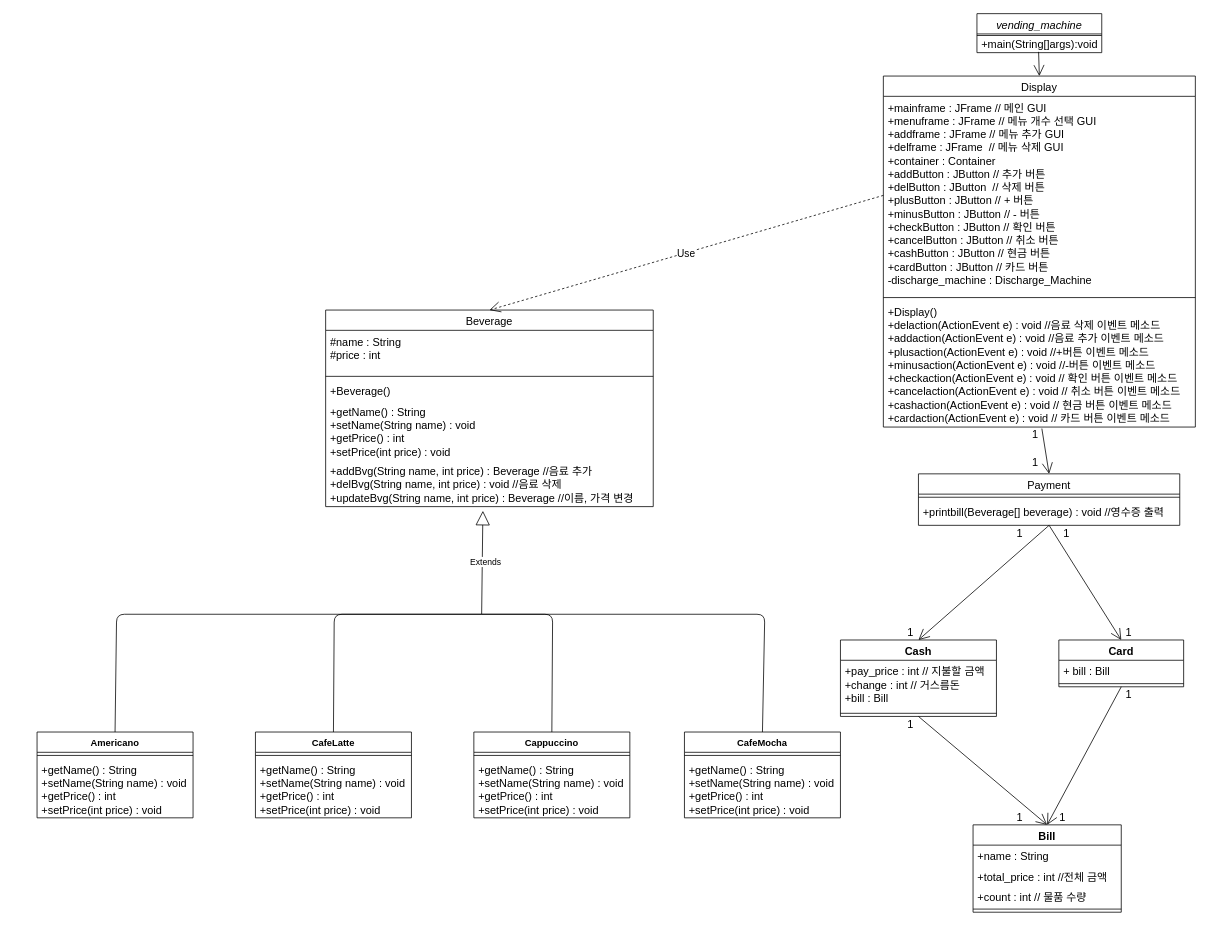
Earlier version of the draw.io diagram Untitled Diagram.drawio (ans2568/Messenger). Source tidied: cells renumbered, new cells numbered last; positions are measured from the earlier drawing's top-left corner, leaving out a move shared by most shapes. Both pictures are drawn from the tidied source at 78%, with x=0, y=0 at pixel (37, 13).
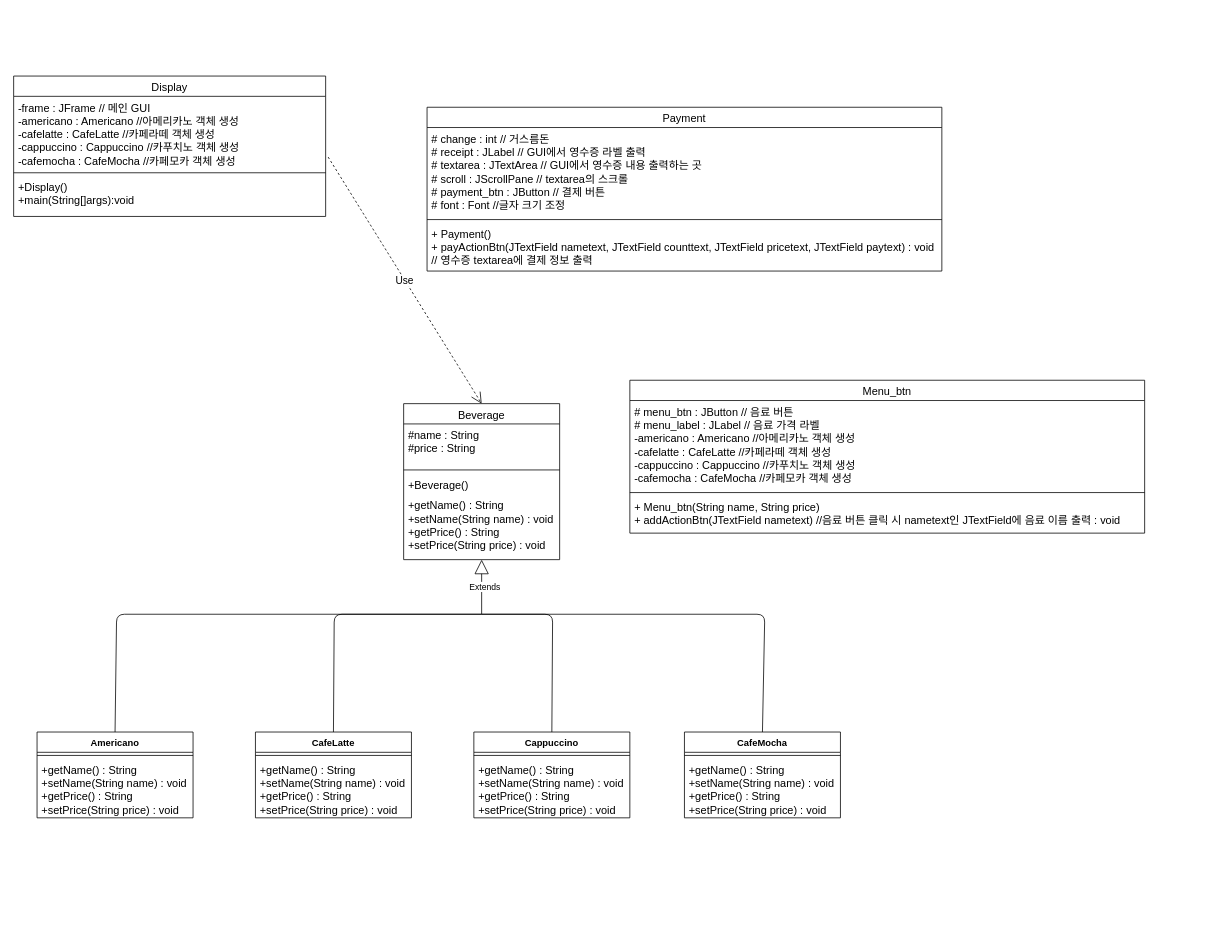
The same page after the edit.

Unchanged cells that the change refers to:
```xml
<mxCell id="45" value="Cappuccino" style="swimlane;fontStyle=1;align=center;verticalAlign=top;horizontal=1;startSize=26;" parent="1" vertex="1">
  <mxGeometry x="560" y="921" width="200" height="110" as="geometry" />
</mxCell>
<mxCell id="48" value="CafeMocha" style="swimlane;fontStyle=1;align=center;verticalAlign=top;horizontal=1;startSize=26;" parent="1" vertex="1">
  <mxGeometry x="830" y="921" width="200" height="110" as="geometry" />
</mxCell>
<mxCell id="51" value="CafeLatte" style="swimlane;fontStyle=1;align=center;verticalAlign=top;horizontal=1;startSize=26;" parent="1" vertex="1">
  <mxGeometry x="280" y="921" width="200" height="110" as="geometry" />
</mxCell>
<mxCell id="54" value="Americano" style="swimlane;fontStyle=1;align=center;verticalAlign=top;horizontal=1;startSize=26;" parent="1" vertex="1">
  <mxGeometry y="921" width="200" height="110" as="geometry" />
</mxCell>
```

Change to the diagram source:
```diff
@@
-    <mxCell id="2" value="vending_machine" style="swimlane;fontStyle=2;align=center;verticalAlign=top;horizontal=1;startSize=26;rounded=0;shadow=0;strokeWidth=1;fontSize=14;" parent="1" vertex="1">
-      <mxGeometry x="1205" width="160" height="50" as="geometry" />
-    </mxCell>
-    <mxCell id="3" style="line;html=1;strokeWidth=1;align=left;verticalAlign=middle;spacingTop=-1;spacingLeft=3;spacingRight=3;labelPosition=right;fontSize=14;" parent="2" vertex="1">
-      <mxGeometry y="26" width="160" height="4" as="geometry" />
-    </mxCell>
-    <mxCell id="4" value="+main(String[]args):void" style="text;html=1;align=center;verticalAlign=middle;points=[];fontSize=14;" parent="2" vertex="1">
-      <mxGeometry y="30" width="160" height="20" as="geometry" />
-    </mxCell>
     <mxCell id="5" value="Beverage" style="swimlane;fontStyle=0;align=center;verticalAlign=top;horizontal=1;startSize=26;rounded=0;shadow=0;strokeWidth=1;fontSize=14;" parent="1" vertex="1">
-      <mxGeometry x="370" y="380" width="420" height="252" as="geometry" />
+      <mxGeometry x="470" y="500" width="200" height="200" as="geometry" />
     </mxCell>
-    <mxCell id="6" value="#name : String&#10;#price : int&#10;" style="text;align=left;verticalAlign=top;spacingLeft=4;spacingRight=4;overflow=hidden;fontSize=14;" parent="5" vertex="1">
-      <mxGeometry y="26" width="420" height="54" as="geometry" />
+    <mxCell id="6" value="#name : String&#10;#price : String&#10;" style="text;align=left;verticalAlign=top;spacingLeft=4;spacingRight=4;overflow=hidden;fontSize=14;" parent="5" vertex="1">
+      <mxGeometry y="26" width="200" height="54" as="geometry" />
     </mxCell>
     <mxCell id="7" style="line;html=1;strokeWidth=1;align=left;verticalAlign=middle;spacingTop=-1;spacingLeft=3;spacingRight=3;labelPosition=right;fontSize=14;" parent="5" vertex="1">
-      <mxGeometry y="80" width="420" height="10" as="geometry" />
+      <mxGeometry y="80" width="200" height="10" as="geometry" />
     </mxCell>
     <mxCell id="8" value="+Beverage()" style="text;align=left;verticalAlign=top;spacingLeft=4;spacingRight=4;overflow=hidden;fontSize=14;" parent="5" vertex="1">
-      <mxGeometry y="90" width="420" height="26" as="geometry" />
+      <mxGeometry y="90" width="200" height="26" as="geometry" />
     </mxCell>
-    <mxCell id="9" value="+getName() : String&#10;+setName(String name) : void&#10;+getPrice() : int&#10;+setPrice(int price) : void" style="text;align=left;verticalAlign=top;spacingLeft=4;spacingRight=4;overflow=hidden;fontSize=14;" parent="5" vertex="1">
-      <mxGeometry y="116" width="420" height="76" as="geometry" />
+    <mxCell id="9" value="+getName() : String&#10;+setName(String name) : void&#10;+getPrice() : String&#10;+setPrice(String price) : void" style="text;align=left;verticalAlign=top;spacingLeft=4;spacingRight=4;overflow=hidden;fontSize=14;" parent="5" vertex="1">
+      <mxGeometry y="116" width="200" height="76" as="geometry" />
     </mxCell>
-    <mxCell id="10" value="+addBvg(String name, int price) : Beverage //음료 추가&#10;+delBvg(String name, int price) : void //음료 삭제&#10;+updateBvg(String name, int price) : Beverage //이름, 가격 변경" style="text;align=left;verticalAlign=top;spacingLeft=4;spacingRight=4;overflow=hidden;points=[[0,0.5],[1,0.5]];portConstraint=eastwest;fontSize=14;" parent="5" vertex="1">
-      <mxGeometry y="192" width="420" height="60" as="geometry" />
-    </mxCell>
     <mxCell id="11" value="Display" style="swimlane;fontStyle=0;align=center;verticalAlign=top;horizontal=1;startSize=26;rounded=0;shadow=0;strokeWidth=1;fontSize=14;" parent="1" vertex="1">
-      <mxGeometry x="1085" y="80" width="400" height="450" as="geometry" />
+      <mxGeometry x="-30" y="80" width="400" height="180" as="geometry" />
     </mxCell>
-    <mxCell id="12" value="+mainframe : JFrame // 메인 GUI&#10;+menuframe : JFrame // 메뉴 개수 선택 GUI&#10;+addframe : JFrame // 메뉴 추가 GUI&#10;+delframe : JFrame  // 메뉴 삭제 GUI&#10;+container : Container&#10;+addButton : JButton // 추가 버튼&#10;+delButton : JButton  // 삭제 버튼&#10;+plusButton : JButton // + 버튼&#10;+minusButton : JButton // - 버튼&#10;+checkButton : JButton // 확인 버튼&#10;+cancelButton : JButton // 취소 버튼&#10;+cashButton : JButton // 현금 버튼&#10;+cardButton : JButton // 카드 버튼&#10;-discharge_machine : Discharge_Machine" style="text;align=left;verticalAlign=top;spacingLeft=4;spacingRight=4;overflow=hidden;points=[[0,0.5],[1,0.5]];portConstraint=eastwest;fontSize=14;" parent="11" vertex="1">
-      <mxGeometry y="26" width="400" height="254" as="geometry" />
+    <mxCell id="12" value="-frame : JFrame // 메인 GUI&#10;-americano : Americano //아메리카노 객체 생성&#10;-cafelatte : CafeLatte //카페라떼 객체 생성&#10;-cappuccino : Cappuccino //카푸치노 객체 생성&#10;-cafemocha : CafeMocha //카페모카 객체 생성" style="text;align=left;verticalAlign=top;spacingLeft=4;spacingRight=4;overflow=hidden;points=[[0,0.5],[1,0.5]];portConstraint=eastwest;fontSize=14;" parent="11" vertex="1">
+      <mxGeometry y="26" width="400" height="94" as="geometry" />
     </mxCell>
     <mxCell id="13" style="line;html=1;strokeWidth=1;align=left;verticalAlign=middle;spacingTop=-1;spacingLeft=3;spacingRight=3;labelPosition=right;fontSize=14;" parent="11" vertex="1">
-      <mxGeometry y="280" width="400" height="8" as="geometry" />
+      <mxGeometry y="120" width="400" height="8" as="geometry" />
     </mxCell>
-    <mxCell id="14" value="+Display()&#10;+delaction(ActionEvent e) : void //음료 삭제 이벤트 메소드&#10;+addaction(ActionEvent e) : void //음료 추가 이벤트 메소드&#10;+plusaction(ActionEvent e) : void //+버튼 이벤트 메소드&#10;+minusaction(ActionEvent e) : void //-버튼 이벤트 메소드&#10;+checkaction(ActionEvent e) : void // 확인 버튼 이벤트 메소드&#10;+cancelaction(ActionEvent e) : void // 취소 버튼 이벤트 메소드&#10;+cashaction(ActionEvent e) : void // 현금 버튼 이벤트 메소드&#10;+cardaction(ActionEvent e) : void // 카드 버튼 이벤트 메소드" style="text;strokeColor=none;fillColor=none;align=left;verticalAlign=top;spacingLeft=4;spacingRight=4;overflow=hidden;points=[[0,0.5],[1,0.5]];portConstraint=eastwest;fontSize=14;" parent="11" vertex="1">
-      <mxGeometry y="288" width="400" height="162" as="geometry" />
+    <mxCell id="14" value="+Display()&#10;+main(String[]args):void" style="text;strokeColor=none;fillColor=none;align=left;verticalAlign=top;spacingLeft=4;spacingRight=4;overflow=hidden;points=[[0,0.5],[1,0.5]];portConstraint=eastwest;fontSize=14;" parent="11" vertex="1">
+      <mxGeometry y="128" width="400" height="52" as="geometry" />
     </mxCell>
     <mxCell id="15" value="Payment" style="swimlane;fontStyle=0;align=center;verticalAlign=top;horizontal=1;startSize=26;rounded=0;shadow=0;strokeWidth=1;fontSize=14;" parent="1" vertex="1">
-      <mxGeometry x="1130" y="590" width="335" height="66" as="geometry" />
+      <mxGeometry x="500" y="120" width="660" height="210" as="geometry" />
     </mxCell>
+    <mxCell id="63" value="# change : int // 거스름돈&#10;# receipt : JLabel // GUI에서 영수증 라벨 출력&#10;# textarea : JTextArea // GUI에서 영수증 내용 출력하는 곳&#10;# scroll : JScrollPane // textarea의 스크롤&#10;# payment_btn : JButton // 결제 버튼&#10;# font : Font //글자 크기 조정" style="text;align=left;verticalAlign=top;spacingLeft=4;spacingRight=4;overflow=hidden;fontSize=14;" parent="15" vertex="1">
+      <mxGeometry y="26" width="660" height="114" as="geometry" />
+    </mxCell>
     <mxCell id="16" style="line;html=1;strokeWidth=1;align=left;verticalAlign=middle;spacingTop=-1;spacingLeft=3;spacingRight=3;labelPosition=right;fontSize=14;" parent="15" vertex="1">
-      <mxGeometry y="26" width="335" height="8" as="geometry" />
+      <mxGeometry y="140" width="660" height="8" as="geometry" />
     </mxCell>
-    <mxCell id="17" value="+printbill(Beverage[] beverage) : void //영수증 출력&#10;" style="text;align=left;verticalAlign=top;spacingLeft=4;spacingRight=4;overflow=hidden;fontSize=14;" parent="15" vertex="1">
-      <mxGeometry y="34" width="335" height="26" as="geometry" />
+    <mxCell id="17" value="+ Payment() &#10;+ payActionBtn(JTextField nametext, JTextField counttext, JTextField pricetext, JTextField paytext) : void&#10;// 영수증 textarea에 결제 정보 출력" style="text;align=left;verticalAlign=top;spacingLeft=4;spacingRight=4;overflow=hidden;fontSize=14;" parent="15" vertex="1">
+      <mxGeometry y="148" width="660" height="62" as="geometry" />
     </mxCell>
-    <mxCell id="18" value="Bill" style="swimlane;fontStyle=1;align=center;verticalAlign=top;horizontal=1;startSize=26;fillColor=#ffffff;html=0;fontSize=14;" parent="1" vertex="1">
-      <mxGeometry x="1200" y="1040" width="190" height="112" as="geometry" />
-    </mxCell>
-    <mxCell id="19" value="+name : String" style="text;strokeColor=none;fillColor=none;align=left;verticalAlign=top;spacingLeft=4;spacingRight=4;overflow=hidden;fontSize=14;" parent="18" vertex="1">
-      <mxGeometry y="26" width="190" height="26" as="geometry" />
-    </mxCell>
-    <mxCell id="20" value="+total_price : int //전체 금액" style="text;align=left;verticalAlign=top;spacingLeft=4;spacingRight=4;overflow=hidden;fontSize=14;" parent="18" vertex="1">
-      <mxGeometry y="52" width="190" height="26" as="geometry" />
-    </mxCell>
-    <mxCell id="21" value="+count : int // 물품 수량" style="text;align=left;verticalAlign=top;spacingLeft=4;spacingRight=4;overflow=hidden;rounded=0;shadow=0;html=0;fontSize=14;" parent="18" vertex="1">
-      <mxGeometry y="78" width="190" height="26" as="geometry" />
-    </mxCell>
-    <mxCell id="22" style="line;strokeWidth=1;fillColor=none;align=left;verticalAlign=middle;spacingTop=-1;spacingLeft=3;spacingRight=3;labelPosition=right;fontSize=14;" parent="18" vertex="1">
-      <mxGeometry y="104" width="190" height="8" as="geometry" />
-    </mxCell>
-    <mxCell id="23" value="Cash" style="swimlane;fontStyle=1;align=center;verticalAlign=top;horizontal=1;startSize=26;fontSize=14;" parent="1" vertex="1">
-      <mxGeometry x="1030" y="803" width="200" height="98" as="geometry" />
-    </mxCell>
-    <mxCell id="24" value="+pay_price : int // 지불할 금액&#10;+change : int // 거스름돈&#10;+bill : Bill" style="text;strokeColor=none;fillColor=none;align=left;verticalAlign=top;spacingLeft=4;spacingRight=4;overflow=hidden;fontSize=14;" parent="23" vertex="1">
-      <mxGeometry y="26" width="200" height="64" as="geometry" />
-    </mxCell>
-    <mxCell id="25" style="line;strokeWidth=1;fillColor=none;align=left;verticalAlign=middle;spacingTop=-1;spacingLeft=3;spacingRight=3;labelPosition=right;fontSize=14;" parent="23" vertex="1">
-      <mxGeometry y="90" width="200" height="8" as="geometry" />
-    </mxCell>
-    <mxCell id="26" value="Card" style="swimlane;fontStyle=1;align=center;verticalAlign=top;horizontal=1;startSize=26;fontSize=14;" parent="1" vertex="1">
-      <mxGeometry x="1310" y="803" width="160" height="60" as="geometry" />
-    </mxCell>
-    <mxCell id="27" value="+ bill : Bill" style="text;strokeColor=none;fillColor=none;align=left;verticalAlign=top;spacingLeft=4;spacingRight=4;overflow=hidden;fontSize=14;" parent="26" vertex="1">
-      <mxGeometry y="26" width="160" height="26" as="geometry" />
-    </mxCell>
-    <mxCell id="28" style="line;strokeWidth=1;fillColor=none;align=left;verticalAlign=middle;spacingTop=-1;spacingLeft=3;spacingRight=3;labelPosition=right;fontSize=14;" parent="26" vertex="1">
-      <mxGeometry y="52" width="160" height="8" as="geometry" />
-    </mxCell>
-    <mxCell id="29" style="endArrow=open;endFill=1;endSize=12;html=1;exitX=0.5;exitY=1;exitDx=0;exitDy=0;entryX=0.5;entryY=0;entryDx=0;entryDy=0;fontSize=14;" parent="1" edge="1" source="23" target="18">
-      <mxGeometry relative="1" as="geometry" />
-    </mxCell>
-    <mxCell id="30" style="endArrow=open;endFill=1;endSize=12;html=1;entryX=0.5;entryY=0;entryDx=0;entryDy=0;exitX=0.5;exitY=1;exitDx=0;exitDy=0;fontSize=14;" parent="1" edge="1" source="26" target="18">
-      <mxGeometry relative="1" as="geometry" />
-    </mxCell>
-    <mxCell id="31" style="endArrow=open;endFill=1;endSize=12;html=1;entryX=0.5;entryY=0;entryDx=0;entryDy=0;exitX=0.5;exitY=1;exitDx=0;exitDy=0;fontSize=14;" parent="1" edge="1" source="15" target="23">
-      <mxGeometry relative="1" as="geometry" />
-    </mxCell>
-    <mxCell id="32" style="endArrow=open;endFill=1;endSize=12;html=1;entryX=0.5;entryY=0;entryDx=0;entryDy=0;exitX=0.5;exitY=1;exitDx=0;exitDy=0;fontSize=14;" parent="1" edge="1" source="15" target="26">
-      <mxGeometry relative="1" as="geometry" />
-    </mxCell>
-    <mxCell id="33" value="1" style="text;html=1;strokeColor=none;fillColor=none;align=center;verticalAlign=middle;whiteSpace=wrap;rounded=0;fontSize=14;" parent="1" vertex="1">
-      <mxGeometry x="1250" y="1020" width="20" height="20" as="geometry" />
-    </mxCell>
-    <mxCell id="34" value="1" style="text;html=1;strokeColor=none;fillColor=none;align=center;verticalAlign=middle;whiteSpace=wrap;rounded=0;fontSize=14;" parent="1" vertex="1">
-      <mxGeometry x="1110" y="901" width="20" height="20" as="geometry" />
-    </mxCell>
-    <mxCell id="35" value="1" style="text;html=1;strokeColor=none;fillColor=none;align=center;verticalAlign=middle;whiteSpace=wrap;rounded=0;fontSize=14;" parent="1" vertex="1">
-      <mxGeometry x="1390" y="863" width="20" height="20" as="geometry" />
-    </mxCell>
-    <mxCell id="36" value="1" style="text;html=1;strokeColor=none;fillColor=none;align=center;verticalAlign=middle;whiteSpace=wrap;rounded=0;fontSize=14;" parent="1" vertex="1">
-      <mxGeometry x="1305" y="1020" width="20" height="20" as="geometry" />
-    </mxCell>
-    <mxCell id="37" value="1" style="text;html=1;strokeColor=none;fillColor=none;align=center;verticalAlign=middle;whiteSpace=wrap;rounded=0;fontSize=14;" parent="1" vertex="1">
-      <mxGeometry x="1310" y="656" width="20" height="20" as="geometry" />
-    </mxCell>
-    <mxCell id="38" value="1" style="text;html=1;strokeColor=none;fillColor=none;align=center;verticalAlign=middle;whiteSpace=wrap;rounded=0;fontSize=14;" parent="1" vertex="1">
-      <mxGeometry x="1390" y="783" width="20" height="20" as="geometry" />
-    </mxCell>
-    <mxCell id="39" value="1" style="text;html=1;strokeColor=none;fillColor=none;align=center;verticalAlign=middle;whiteSpace=wrap;rounded=0;fontSize=14;" parent="1" vertex="1">
-      <mxGeometry x="1110" y="783" width="20" height="20" as="geometry" />
-    </mxCell>
-    <mxCell id="40" value="1" style="text;html=1;strokeColor=none;fillColor=none;align=center;verticalAlign=middle;whiteSpace=wrap;rounded=0;fontSize=14;" parent="1" vertex="1">
-      <mxGeometry x="1250" y="656" width="20" height="20" as="geometry" />
-    </mxCell>
-    <mxCell id="41" style="endArrow=open;endFill=1;endSize=12;html=1;entryX=0.5;entryY=0;entryDx=0;entryDy=0;exitX=0.494;exitY=0.95;exitDx=0;exitDy=0;exitPerimeter=0;fontSize=14;" parent="1" edge="1" source="4" target="11">
-      <mxGeometry relative="1" as="geometry" />
-    </mxCell>
-    <mxCell id="42" style="endArrow=open;endFill=1;endSize=12;html=1;entryX=0.5;entryY=0;entryDx=0;entryDy=0;exitX=0.508;exitY=1.012;exitDx=0;exitDy=0;exitPerimeter=0;fontSize=14;" parent="1" edge="1" source="14" target="15">
-      <mxGeometry relative="1" as="geometry" />
-    </mxCell>
-    <mxCell id="43" value="1" style="text;html=1;strokeColor=none;fillColor=none;align=center;verticalAlign=middle;whiteSpace=wrap;rounded=0;fontSize=14;" parent="1" vertex="1">
-      <mxGeometry x="1270" y="565" width="20" height="20" as="geometry" />
-    </mxCell>
-    <mxCell id="44" value="1" style="text;html=1;strokeColor=none;fillColor=none;align=center;verticalAlign=middle;whiteSpace=wrap;rounded=0;fontSize=14;" parent="1" vertex="1">
-      <mxGeometry x="1270" y="530" width="20" height="20" as="geometry" />
-    </mxCell>
@@
-    <mxCell id="47" value="+getName() : String&#10;+setName(String name) : void&#10;+getPrice() : int&#10;+setPrice(int price) : void" style="text;align=left;verticalAlign=top;spacingLeft=4;spacingRight=4;overflow=hidden;fontSize=14;" parent="45" vertex="1">
+    <mxCell id="47" value="+getName() : String&#10;+setName(String name) : void&#10;+getPrice() : String&#10;+setPrice(String price) : void" style="text;align=left;verticalAlign=top;spacingLeft=4;spacingRight=4;overflow=hidden;fontSize=14;" parent="45" vertex="1">
       <mxGeometry y="34" width="200" height="76" as="geometry" />
     </mxCell>
@@
-    <mxCell id="50" value="+getName() : String&#10;+setName(String name) : void&#10;+getPrice() : int&#10;+setPrice(int price) : void" style="text;align=left;verticalAlign=top;spacingLeft=4;spacingRight=4;overflow=hidden;fontSize=14;" parent="48" vertex="1">
+    <mxCell id="50" value="+getName() : String&#10;+setName(String name) : void&#10;+getPrice() : String&#10;+setPrice(String price) : void" style="text;align=left;verticalAlign=top;spacingLeft=4;spacingRight=4;overflow=hidden;fontSize=14;" parent="48" vertex="1">
       <mxGeometry y="34" width="200" height="76" as="geometry" />
     </mxCell>
@@
-    <mxCell id="53" value="+getName() : String&#10;+setName(String name) : void&#10;+getPrice() : int&#10;+setPrice(int price) : void" style="text;align=left;verticalAlign=top;spacingLeft=4;spacingRight=4;overflow=hidden;fontSize=14;" parent="51" vertex="1">
+    <mxCell id="53" value="+getName() : String&#10;+setName(String name) : void&#10;+getPrice() : String&#10;+setPrice(String price) : void" style="text;align=left;verticalAlign=top;spacingLeft=4;spacingRight=4;overflow=hidden;fontSize=14;" parent="51" vertex="1">
       <mxGeometry y="34" width="200" height="76" as="geometry" />
     </mxCell>
@@
-    <mxCell id="56" value="+getName() : String&#10;+setName(String name) : void&#10;+getPrice() : int&#10;+setPrice(int price) : void" style="text;align=left;verticalAlign=top;spacingLeft=4;spacingRight=4;overflow=hidden;fontSize=14;" parent="54" vertex="1">
+    <mxCell id="56" value="+getName() : String&#10;+setName(String name) : void&#10;+getPrice() : String&#10;+setPrice(String price) : void" style="text;align=left;verticalAlign=top;spacingLeft=4;spacingRight=4;overflow=hidden;fontSize=14;" parent="54" vertex="1">
       <mxGeometry y="34" width="200" height="76" as="geometry" />
     </mxCell>
-    <mxCell id="57" value="Extends" style="endArrow=block;endSize=16;endFill=0;html=1;entryX=0.48;entryY=1.09;entryDx=0;entryDy=0;entryPerimeter=0;" parent="1" edge="1" target="10">
+    <mxCell id="57" value="Extends" style="endArrow=block;endSize=16;endFill=0;html=1;entryX=0.5;entryY=1;entryDx=0;entryDy=0;" parent="1" edge="1" target="5">
       <mxGeometry x="0.01" y="-4" relative="1" as="geometry">
         <mxPoint x="570" y="770" as="sourcePoint" />
       </mxGeometry>
     </mxCell>
@@
-    <mxCell id="62" value="Use" style="endArrow=open;endSize=12;dashed=1;html=1;fontSize=13;exitX=0;exitY=0.5;exitDx=0;exitDy=0;entryX=0.5;entryY=0;entryDx=0;entryDy=0;" parent="1" edge="1" source="12" target="5">
+    <mxCell id="62" value="Use" style="endArrow=open;endSize=12;dashed=1;html=1;fontSize=13;exitX=1.008;exitY=0.828;exitDx=0;exitDy=0;entryX=0.5;entryY=0;entryDx=0;entryDy=0;exitPerimeter=0;" parent="1" edge="1" source="12" target="5">
       <mxGeometry relative="1" as="geometry" />
     </mxCell>
+    <mxCell id="64" value="Menu_btn" style="swimlane;fontStyle=0;align=center;verticalAlign=top;horizontal=1;startSize=26;rounded=0;shadow=0;strokeWidth=1;fontSize=14;" parent="1" vertex="1">
+      <mxGeometry x="760" y="470" width="660" height="196" as="geometry" />
+    </mxCell>
+    <mxCell id="65" value="# menu_btn : JButton // 음료 버튼&#10;# menu_label : JLabel // 음료 가격 라벨&#10;-americano : Americano //아메리카노 객체 생성&#10;-cafelatte : CafeLatte //카페라떼 객체 생성&#10;-cappuccino : Cappuccino //카푸치노 객체 생성&#10;-cafemocha : CafeMocha //카페모카 객체 생성&#10;" style="text;align=left;verticalAlign=top;spacingLeft=4;spacingRight=4;overflow=hidden;fontSize=14;" parent="64" vertex="1">
+      <mxGeometry y="26" width="660" height="114" as="geometry" />
+    </mxCell>
+    <mxCell id="66" style="line;html=1;strokeWidth=1;align=left;verticalAlign=middle;spacingTop=-1;spacingLeft=3;spacingRight=3;labelPosition=right;fontSize=14;" parent="64" vertex="1">
+      <mxGeometry y="140" width="660" height="8" as="geometry" />
+    </mxCell>
+    <mxCell id="67" value="+ Menu_btn(String name, String price) &#10;+ addActionBtn(JTextField nametext) //음료 버튼 클릭 시 nametext인 JTextField에 음료 이름 출력 : void" style="text;align=left;verticalAlign=top;spacingLeft=4;spacingRight=4;overflow=hidden;fontSize=14;" parent="64" vertex="1">
+      <mxGeometry y="148" width="660" height="42" as="geometry" />
+    </mxCell>
```
